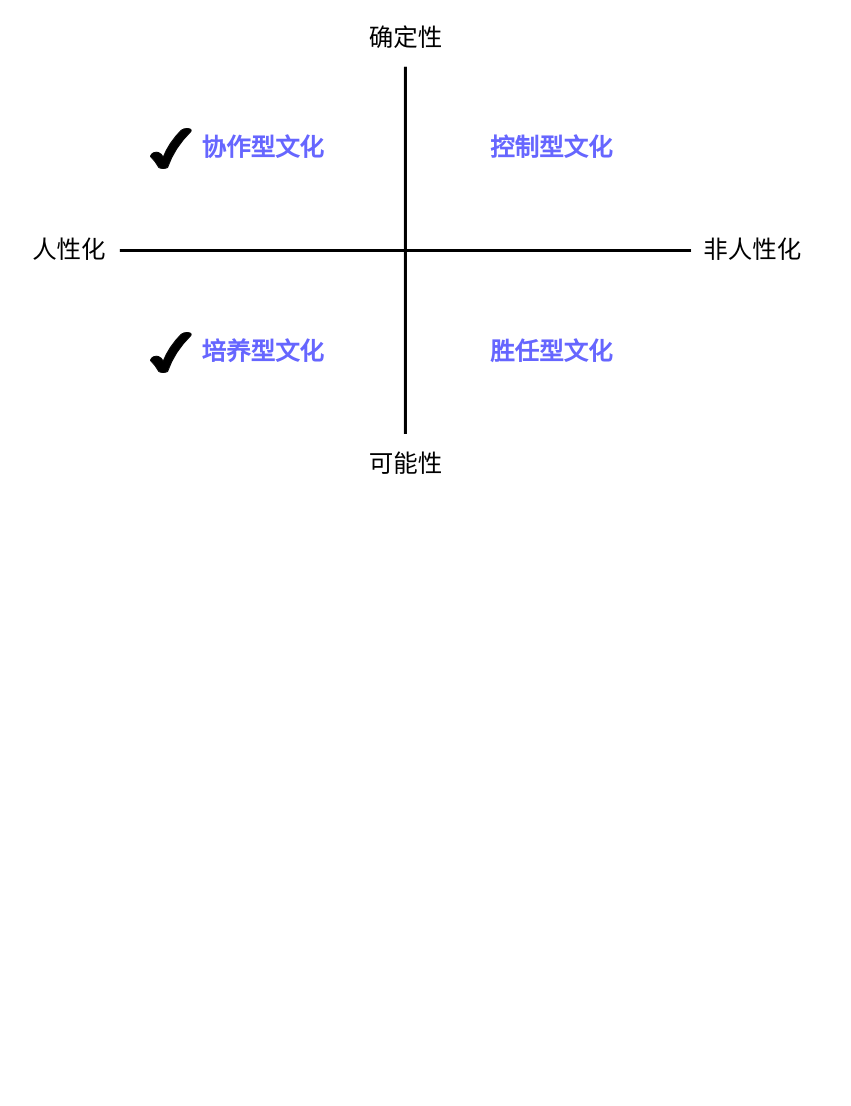
Above: Untitled Diagram.drawio in will8ug/misc (draw.io), before the change. Source tidied: cells renumbered, new cells numbered last; positions are measured from the earlier drawing's top-left corner, leaving out a move shared by most shapes. Both pictures are drawn from the tidied source at 102%, with x=0, y=0 at pixel (17, 17).
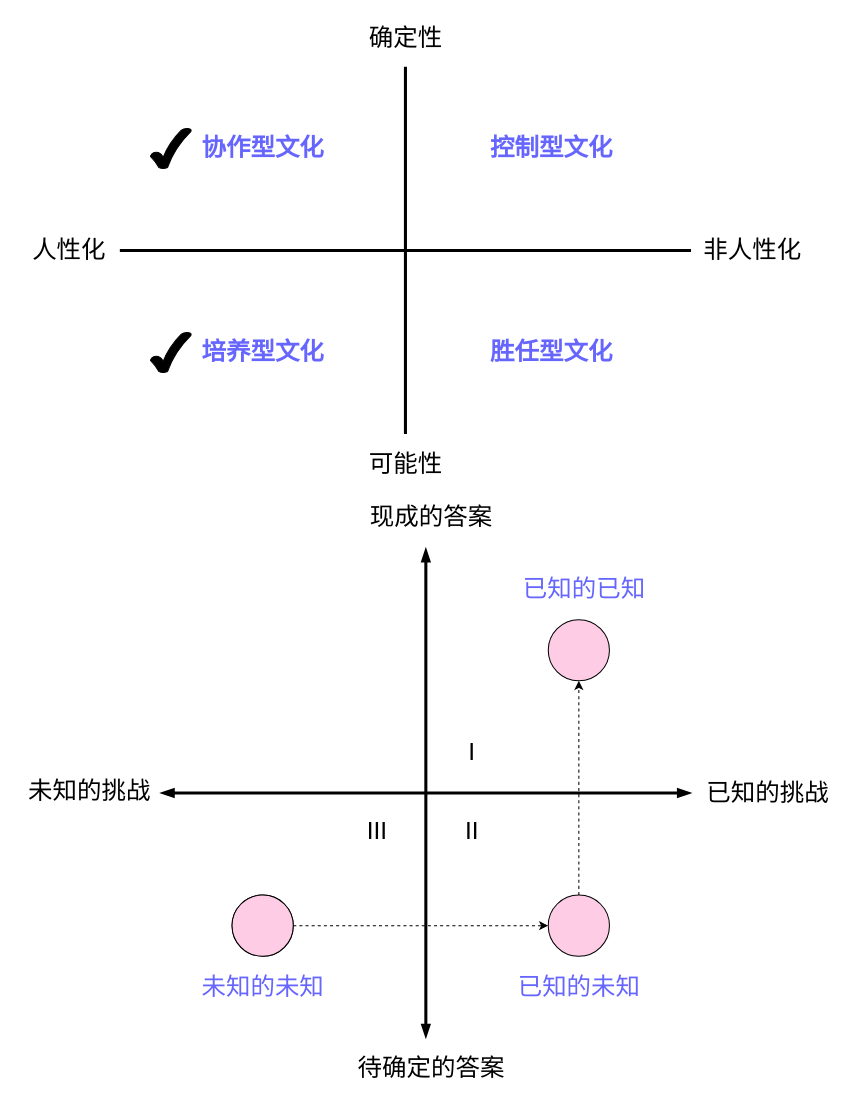
After the change.

Commit message:
dev software is learning

The edit, as a diff of the source:
```diff
@@
+    <mxCell id="14" style="endArrow=blockThin;html=1;rounded=0;strokeColor=#000000;strokeWidth=3;startArrow=blockThin;startFill=1;endFill=1;" parent="1" edge="1">
+      <mxGeometry relative="1" as="geometry">
+        <mxPoint x="140" y="760" as="sourcePoint" />
+        <mxPoint x="660" y="760" as="targetPoint" />
+      </mxGeometry>
+    </mxCell>
+    <mxCell id="15" style="endArrow=blockThin;html=1;rounded=0;strokeWidth=3;startArrow=blockThin;startFill=1;endFill=1;" parent="1" edge="1">
+      <mxGeometry relative="1" as="geometry">
+        <mxPoint x="400" y="1000" as="sourcePoint" />
+        <mxPoint x="400" y="520" as="targetPoint" />
+      </mxGeometry>
+    </mxCell>
+    <mxCell id="16" value="未知的未知" style="text;strokeColor=none;fillColor=none;html=1;fontSize=24;fontStyle=0;verticalAlign=middle;align=center;fontColor=#6666FF;" parent="1" vertex="1">
+      <mxGeometry x="160" y="930" width="160" height="40" as="geometry" />
+    </mxCell>
+    <mxCell id="17" value="已知的已知" style="text;strokeColor=none;fillColor=none;html=1;fontSize=24;fontStyle=0;verticalAlign=middle;align=center;fontColor=#6666FF;" parent="1" vertex="1">
+      <mxGeometry x="475" y="540" width="160" height="40" as="geometry" />
+    </mxCell>
+    <mxCell id="18" value="未知的挑战" style="text;strokeColor=none;fillColor=none;html=1;fontSize=24;fontStyle=0;verticalAlign=middle;align=center;" parent="1" vertex="1">
+      <mxGeometry x="10" y="738" width="120" height="40" as="geometry" />
+    </mxCell>
+    <mxCell id="19" value="已知的挑战" style="text;strokeColor=none;fillColor=none;html=1;fontSize=24;fontStyle=0;verticalAlign=middle;align=center;" parent="1" vertex="1">
+      <mxGeometry x="670" y="740" width="130" height="40" as="geometry" />
+    </mxCell>
+    <mxCell id="20" value="现成的答案" style="text;strokeColor=none;fillColor=none;html=1;fontSize=24;fontStyle=0;verticalAlign=middle;align=center;" parent="1" vertex="1">
+      <mxGeometry x="335" y="470" width="140" height="40" as="geometry" />
+    </mxCell>
+    <mxCell id="21" value="待确定的答案" style="text;strokeColor=none;fillColor=none;html=1;fontSize=24;fontStyle=0;verticalAlign=middle;align=center;" parent="1" vertex="1">
+      <mxGeometry x="320" y="1010" width="170" height="40" as="geometry" />
+    </mxCell>
+    <mxCell id="22" style="ellipse;whiteSpace=wrap;html=1;fillColor=#FFCCE6;" parent="1" vertex="1">
+      <mxGeometry x="520" y="590" width="60" height="60" as="geometry" />
+    </mxCell>
+    <mxCell id="23" style="ellipse;whiteSpace=wrap;html=1;fillColor=#FFCCE6;" parent="1" vertex="1">
+      <mxGeometry x="520" y="860" width="60" height="60" as="geometry" />
+    </mxCell>
+    <mxCell id="24" value="已知的未知" style="text;strokeColor=none;fillColor=none;html=1;fontSize=24;fontStyle=0;verticalAlign=middle;align=center;fontColor=#6666FF;" parent="1" vertex="1">
+      <mxGeometry x="470" y="930" width="160" height="40" as="geometry" />
+    </mxCell>
+    <mxCell id="25" style="ellipse;whiteSpace=wrap;html=1;" parent="1" vertex="1">
+      <mxGeometry x="210" y="860" width="60" height="60" as="geometry" />
+    </mxCell>
+    <mxCell id="26" style="ellipse;whiteSpace=wrap;html=1;fillColor=#FFCCE6;" parent="1" vertex="1">
+      <mxGeometry x="210" y="860" width="60" height="60" as="geometry" />
+    </mxCell>
+    <mxCell id="27" value="III" style="text;strokeColor=none;fillColor=none;html=1;fontSize=24;fontStyle=0;verticalAlign=middle;align=center;" parent="1" vertex="1">
+      <mxGeometry x="302" y="778" width="100" height="40" as="geometry" />
+    </mxCell>
+    <mxCell id="28" value="II" style="text;strokeColor=none;fillColor=none;html=1;fontSize=24;fontStyle=0;verticalAlign=middle;align=center;" parent="1" vertex="1">
+      <mxGeometry x="395" y="778" width="100" height="40" as="geometry" />
+    </mxCell>
+    <mxCell id="29" value="I" style="text;strokeColor=none;fillColor=none;html=1;fontSize=24;fontStyle=0;verticalAlign=middle;align=center;" parent="1" vertex="1">
+      <mxGeometry x="395" y="700" width="100" height="40" as="geometry" />
+    </mxCell>
+    <mxCell id="30" style="endArrow=classic;html=1;rounded=0;exitX=1;exitY=0.5;exitDx=0;exitDy=0;entryX=0;entryY=0.5;entryDx=0;entryDy=0;dashed=1;" parent="1" edge="1" source="26" target="23">
+      <mxGeometry relative="1" as="geometry" />
+    </mxCell>
+    <mxCell id="31" style="endArrow=classic;html=1;rounded=0;exitX=0.5;exitY=0;exitDx=0;exitDy=0;entryX=0.5;entryY=1;entryDx=0;entryDy=0;dashed=1;" parent="1" edge="1" source="23" target="22">
+      <mxGeometry relative="1" as="geometry" />
+    </mxCell>
```
